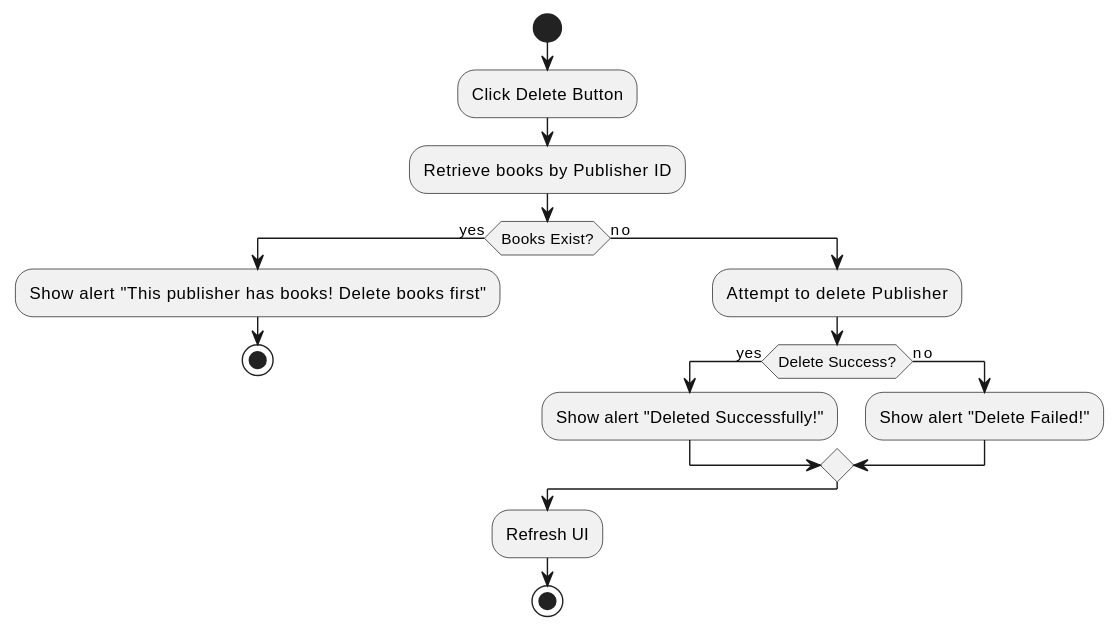
Before: docs/design/publisher/DeletePublisher.svg, a diagram exported from PlantUML (viettq1997/library-management-system).
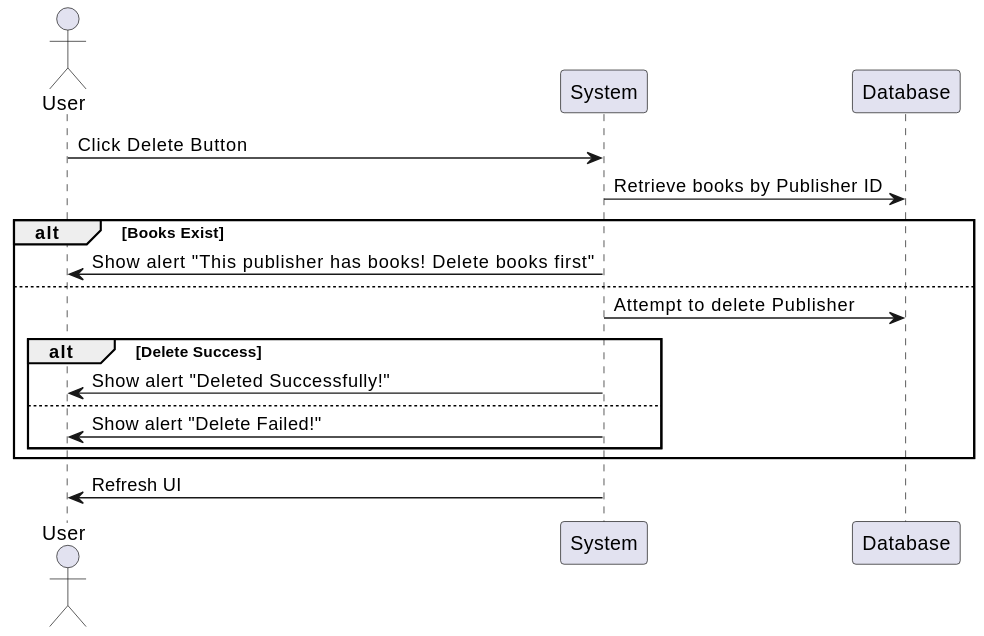
Later version of the same file.

Change to the diagram source:
```diff
@@ -1,20 +1,21 @@
 @startuml
-start
+actor User
+participant "System" as System
+participant "Database" as DB
 
-:Click Delete Button;
-:Retrieve books by Publisher ID;
-if (Books Exist?) then (yes)
-  :Show alert "This publisher has books! Delete books first";
-  stop
-else (no)
-  :Attempt to delete Publisher;
-  if (Delete Success?) then (yes)
-    :Show alert "Deleted Successfully!";
-  else (no)
-    :Show alert "Delete Failed!";
-  endif
-endif
+User -> System: Click Delete Button
+System -> DB: Retrieve books by Publisher ID
 
-:Refresh UI;
-stop
+alt Books Exist
+  System -> User: Show alert "This publisher has books! Delete books first"
+else
+  System -> DB: Attempt to delete Publisher
+  alt Delete Success
+    System -> User: Show alert "Deleted Successfully!"
+  else
+    System -> User: Show alert "Delete Failed!"
+  end
+end
+
+System -> User: Refresh UI
 @enduml
```
